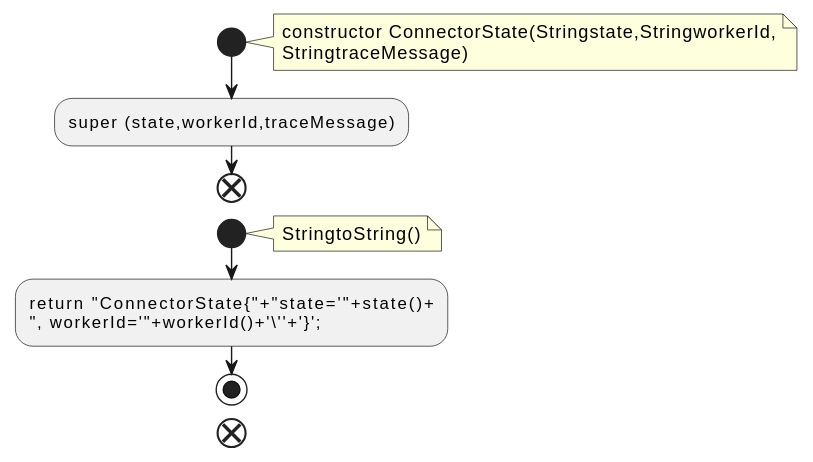
Before: docs/qc/connect/api/src/main/java/org/apache/kafka/connect/health/ConnectorState.java.fct.svg, a diagram exported from PlantUML (qualitesys/kafka).
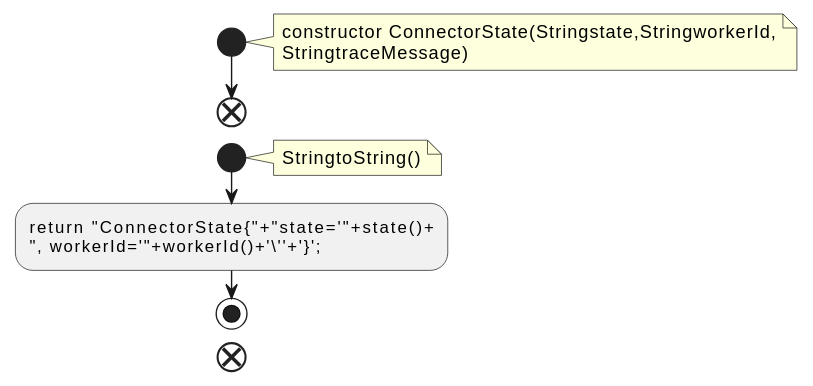
After the change.

Diff of the diagram source:
```diff
@@ -5,7 +5,6 @@
 constructor ConnectorState(Stringstate,StringworkerId,
 StringtraceMessage)
 end note
-:super (state,workerId,traceMessage);
 end
 start
 note right
```
